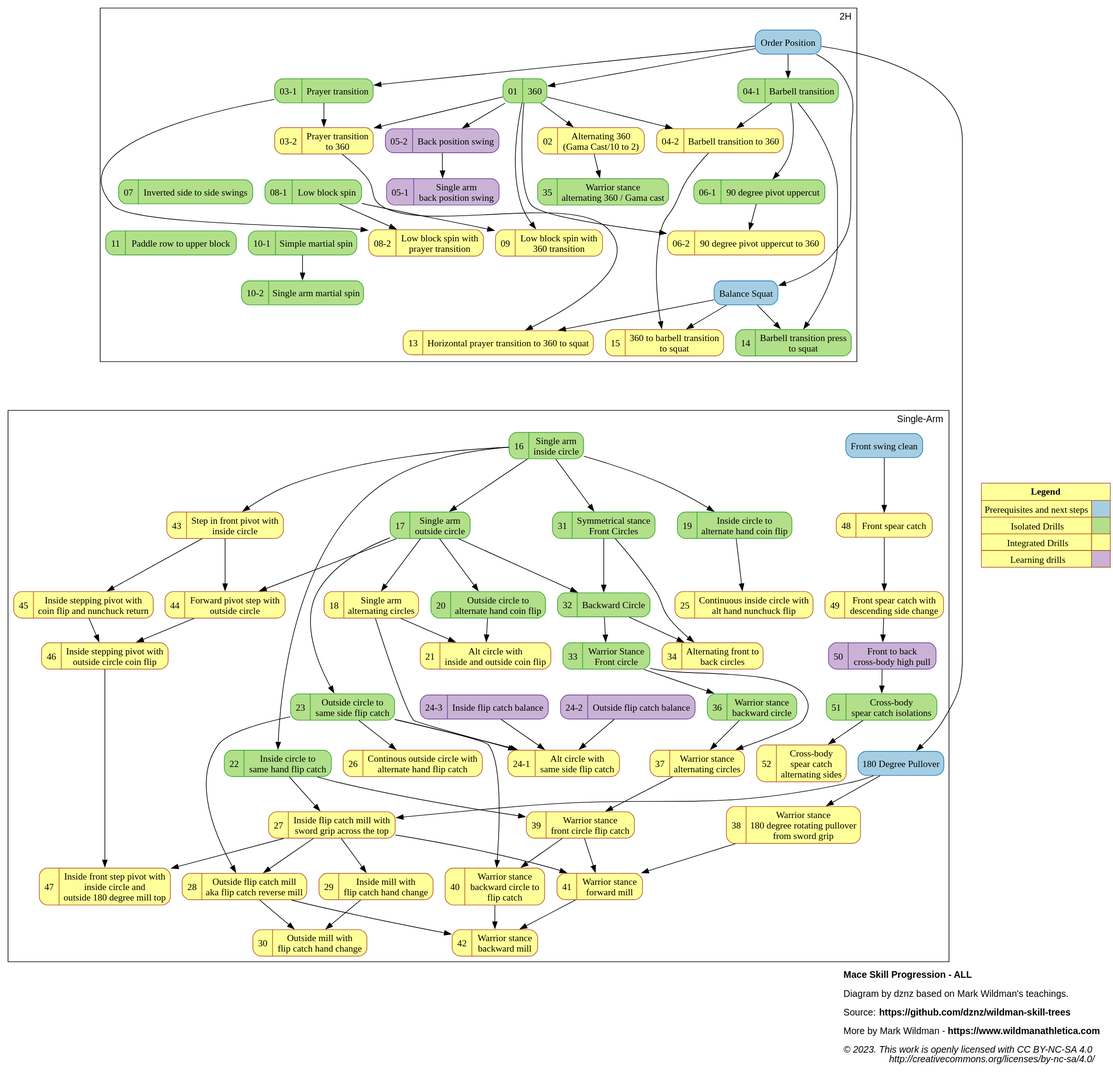
Earlier version of the PlantUML export dist/mace_progression_ALL.svg (dznz/wildman-skill-trees). Its source is kept beside it as src/mace/mace_progression_ALL.puml.
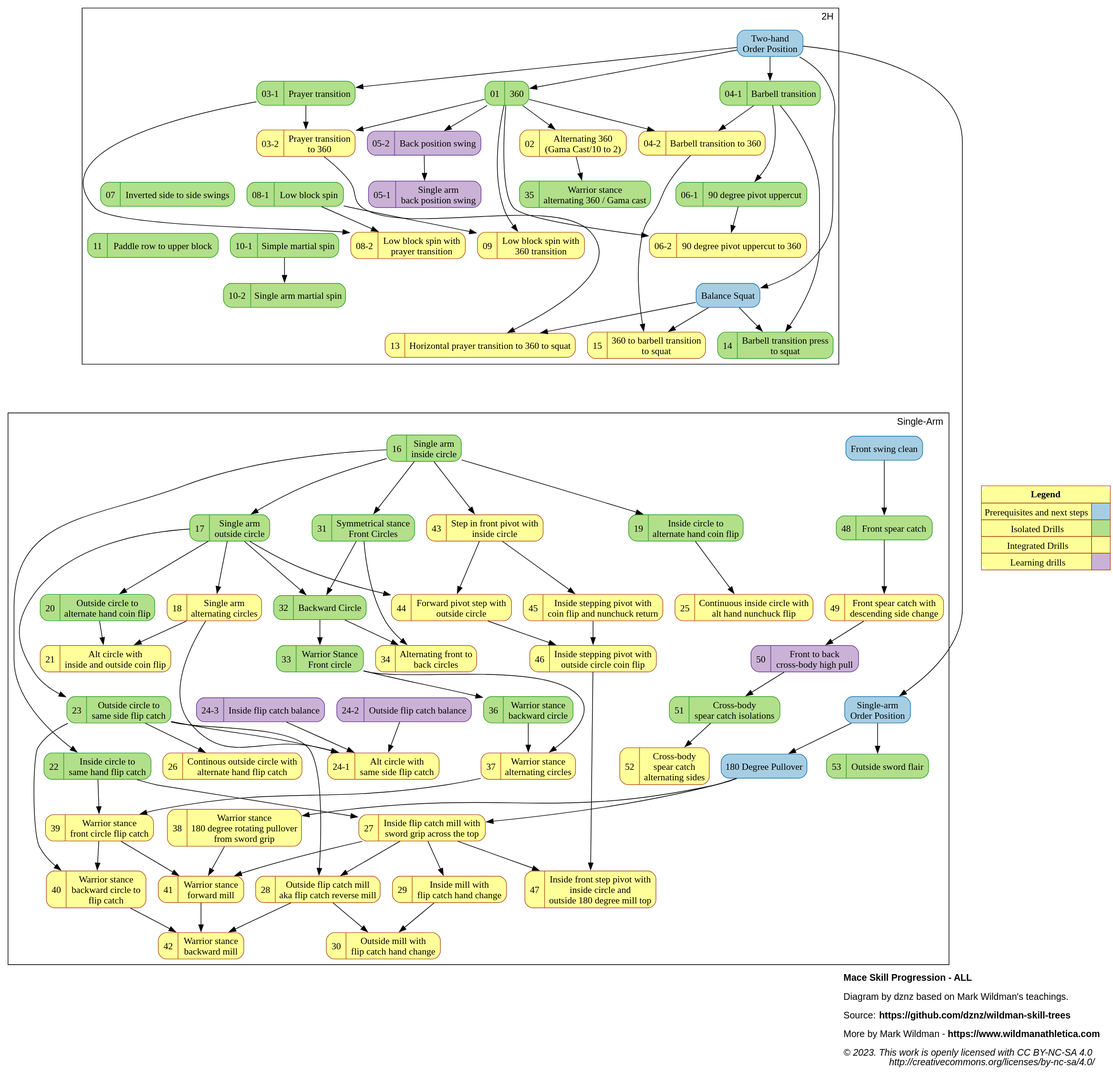
Above is the later version.

Commit message:
feat(mace_progression): add M-53

Diff of the diagram source:
```diff
@@ -40,7 +40,7 @@
   subgraph isolated {
     node [color=4, fillcolor=3]
     mov_01_360, mov_031_prayer, mov_041_barbell, mov_061_uppercut, mov_07_invs2sswing, mov_081_lowblockspin, mov_101_martialspin, mov_102_samartialspin, mov_14_barpress2sq,mov_35_waralt360
-    mov_051_sabackswing, mov_052_backswing, mov_11_paddlerow2upblock, mov_16_saincircle, mov_17_saoutcircle, mov_19_incircle2altcoin, mov_20_outcircle2altcoin, mov_22_incircle2sameflip, mov_23_outcircle2sameflip, mov_242_outflip, mov_243_inflip, mov_31_frcircle, mov_32_bkcircle, mov_33_warfrcircle, mov_36_warbkcircle, mov_48_frspear, mov_51_xbodspear
+    mov_051_sabackswing, mov_052_backswing, mov_11_paddlerow2upblock, mov_16_saincircle, mov_17_saoutcircle, mov_19_incircle2altcoin, mov_20_outcircle2altcoin, mov_22_incircle2sameflip, mov_23_outcircle2sameflip, mov_242_outflip, mov_243_inflip, mov_31_frcircle, mov_32_bkcircle, mov_33_warfrcircle, mov_36_warbkcircle, mov_48_frspear, mov_51_xbodspear, mov_53_outswordflair
   }
 
 mov_01_360                    [label="{{01  |360}}"                                  URL="https://www.youtube.com/watch?v=TyZ8iYv6Ip0" ]
@@ -107,6 +107,7 @@
 mov_50_f2bxbodhipull           [label="{{50  |Front to back\ncross-body high pull}}"                                          URL="https://www.youtube.com/watch?v=AoUxg7QE-xU" ];
 mov_51_xbodspear               [label="{{51  |Cross-body\nspear catch isolations}}"                                           URL="https://www.youtube.com/watch?v=VkwN58PBBSs" ];
 mov_52_altxbodspear            [label="{{52  |Cross-body\nspear catch\nalternating sides}}"                                   URL="https://www.youtube.com/watch?v=-Z8YfWYfepQ" ];
+mov_53_outswordflair           [label="{{53  |Outside sword flair}}"                                                          URL="https://www.youtube.com/watch?v=HxItsGvz-e4" ];
 
 
 
@@ -116,7 +117,7 @@
     label="Single-Arm"
 
     // Precursor
-    ext_saorder
+    ext_saorder -> mov_53_outswordflair
     ext_180pull -> mov_27_inflip180pull
 
     // Core standing movements
```
